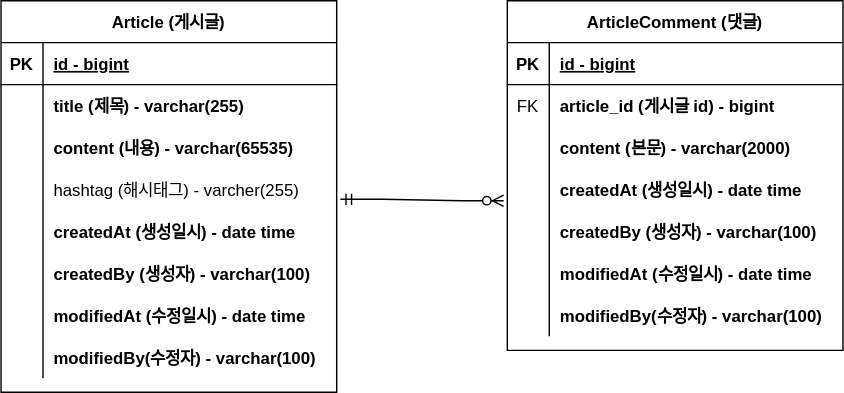
primarchan/board-springboot-project keeps this draw.io diagram as document/springboot-project-board-erd.svg. Above is the earlier version. Source tidied: cells renumbered, new cells last; positions are measured from the earlier drawing's top-left corner, leaving out a move shared by most shapes.
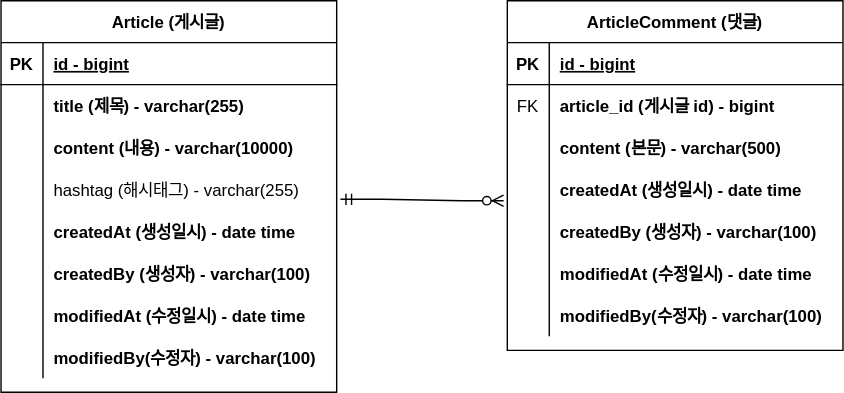
After the commit.

Commit message:
#10 - ERD 업데이트 : content 컬럼 사이즈 변경

What changed in the source:
```diff
@@ -29,7 +29,7 @@
     <mxCell id="10" style="shape=partialRectangle;fillColor=none;top=0;left=0;bottom=0;right=0;overflow=hidden;" parent="9" vertex="1">
       <mxGeometry width="30" height="30" as="geometry" />
     </mxCell>
-    <mxCell id="11" value="content (내용) - varchar(65535)" style="shape=partialRectangle;fillColor=none;top=0;left=0;bottom=0;right=0;align=left;spacingLeft=6;overflow=hidden;fontStyle=1;" parent="9" vertex="1">
+    <mxCell id="11" value="content (내용) - varchar(10000)" style="shape=partialRectangle;fillColor=none;top=0;left=0;bottom=0;right=0;align=left;spacingLeft=6;overflow=hidden;fontStyle=1;" parent="9" vertex="1">
       <mxGeometry x="30" width="210" height="30" as="geometry" />
     </mxCell>
     <mxCell id="12" style="shape=tableRow;horizontal=0;startSize=0;swimlaneHead=0;swimlaneBody=0;fillColor=none;points=[[0,0.5],[1,0.5]];portConstraint=eastwest;top=0;left=0;right=0;bottom=0;" parent="2" vertex="1">
@@ -38,7 +38,7 @@
     <mxCell id="13" style="shape=partialRectangle;fillColor=none;top=0;left=0;bottom=0;right=0;overflow=hidden;" parent="12" vertex="1">
       <mxGeometry width="30" height="30" as="geometry" />
     </mxCell>
-    <mxCell id="14" value="hashtag (해시태그) - varcher(255)" style="shape=partialRectangle;fillColor=none;top=0;left=0;bottom=0;right=0;align=left;spacingLeft=6;overflow=hidden;" parent="12" vertex="1">
+    <mxCell id="14" value="hashtag (해시태그) - varchar(255)" style="shape=partialRectangle;fillColor=none;top=0;left=0;bottom=0;right=0;align=left;spacingLeft=6;overflow=hidden;" parent="12" vertex="1">
       <mxGeometry x="30" width="210" height="30" as="geometry" />
     </mxCell>
     <mxCell id="15" style="shape=tableRow;horizontal=0;startSize=0;swimlaneHead=0;swimlaneBody=0;fillColor=none;top=0;left=0;right=0;bottom=0;" parent="2" vertex="1">
@@ -104,7 +104,7 @@
     <mxCell id="35" style="shape=partialRectangle;fillColor=none;top=0;left=0;bottom=0;right=0;overflow=hidden;" parent="34" vertex="1">
       <mxGeometry width="30" height="30" as="geometry" />
     </mxCell>
-    <mxCell id="36" value="content (본문) - varchar(2000)" style="shape=partialRectangle;fillColor=none;top=0;left=0;bottom=0;right=0;align=left;spacingLeft=6;overflow=hidden;fontStyle=1;" parent="34" vertex="1">
+    <mxCell id="36" value="content (본문) - varchar(500)" style="shape=partialRectangle;fillColor=none;top=0;left=0;bottom=0;right=0;align=left;spacingLeft=6;overflow=hidden;fontStyle=1;" parent="34" vertex="1">
       <mxGeometry x="30" width="210" height="30" as="geometry" />
     </mxCell>
     <mxCell id="37" style="shape=tableRow;horizontal=0;startSize=0;swimlaneHead=0;swimlaneBody=0;fillColor=none;points=[[0,0.5],[1,0.5]];portConstraint=eastwest;top=0;left=0;right=0;bottom=0;" parent="27" vertex="1">
```
